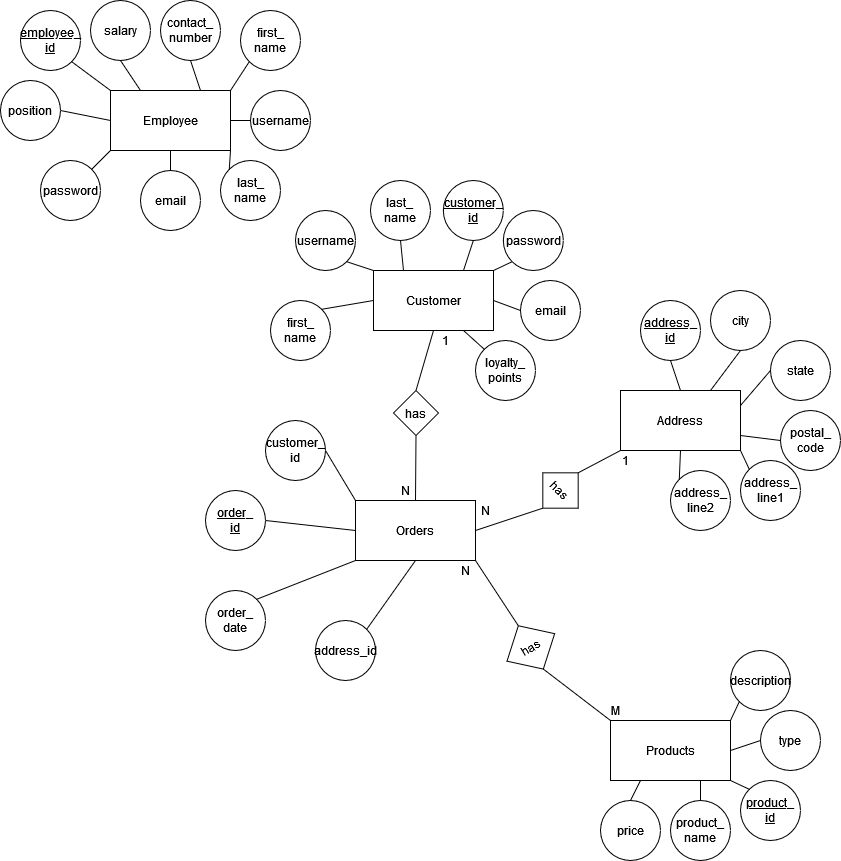
This is ErDiagram.png from Ruhsaku/SAP-Project, a draw.io export, as it was before one commit. Source tidied: cells renumbered, new cells last; positions are measured from the earlier drawing's top-left corner, leaving out a move shared by most shapes.
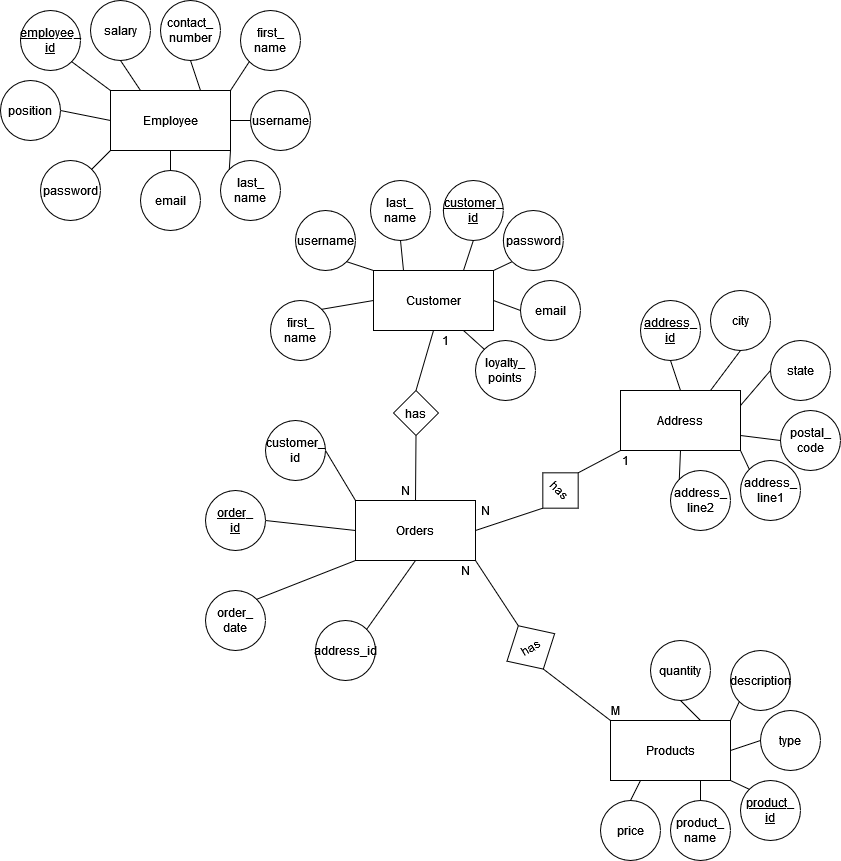
After the change.

Commit message:
Add new entity relationship diagram

What changed in the source:
```diff
@@ -248,5 +248,11 @@
     <mxCell id="83" style="endArrow=none;html=1;rounded=0;entryX=1;entryY=1;entryDx=0;entryDy=0;exitX=0;exitY=0;exitDx=0;exitDy=0;" parent="1" edge="1" source="66" target="2">
       <mxGeometry relative="1" as="geometry" />
     </mxCell>
+    <mxCell id="84" value="quantity" style="ellipse;whiteSpace=wrap;html=1;" parent="1" vertex="1">
+      <mxGeometry x="650" y="640" width="60" height="60" as="geometry" />
+    </mxCell>
+    <mxCell id="85" style="endArrow=none;html=1;rounded=0;entryX=0.5;entryY=1;entryDx=0;entryDy=0;exitX=0.75;exitY=0;exitDx=0;exitDy=0;" parent="1" edge="1" source="15" target="84">
+      <mxGeometry relative="1" as="geometry" />
+    </mxCell>
   </root>
 </mxGraphModel>
```
